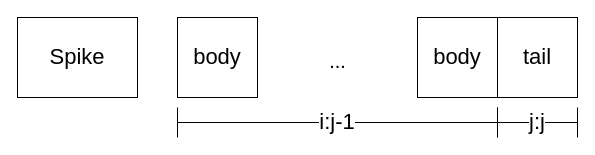
The draw.io diagram page "Spike" (3 of 8) of figures/Looplets.drawio in willow-ahrens/FinchSystemPaper, before the edit. Source tidied: cells renumbered, new cells numbered last; positions are measured from the earlier drawing's top-left corner, leaving out a move shared by most shapes. Both pictures are drawn from the tidied source at 100%, with x=0, y=0 at pixel (17, 17).
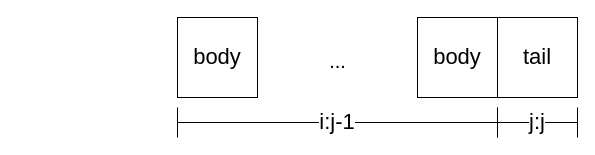
After the change.

Diff of the diagram source:
```diff
@@
 <mxGraphModel>
   <root>
     <mxCell id="0" />
     <mxCell id="1" parent="0" />
     <mxCell id="2" value="body" style="whiteSpace=wrap;html=1;fontSize=22;" parent="1" vertex="1">
       <mxGeometry x="160" width="80" height="80" as="geometry" />
     </mxCell>
-    <mxCell id="3" value="Spike" style="whiteSpace=wrap;html=1;fontSize=22;" parent="1" vertex="1">
-      <mxGeometry width="120" height="80" as="geometry" />
-    </mxCell>
     <mxCell id="4" value="i:j-1" style="shape=crossbar;whiteSpace=wrap;html=1;rounded=1;fontSize=22;labelBackgroundColor=default;" parent="1" vertex="1">
       <mxGeometry x="160" y="90" width="320" height="30" as="geometry" />
     </mxCell>
     <mxCell id="5" value="body" style="whiteSpace=wrap;html=1;fontSize=22;" parent="1" vertex="1">
       <mxGeometry x="400" width="80" height="80" as="geometry" />
     </mxCell>
     <mxCell id="6" value="..." style="text;html=1;align=center;verticalAlign=middle;strokeColor=none;fillColor=none;fontSize=20;" parent="1" vertex="1">
       <mxGeometry x="300" y="23" width="40" height="40" as="geometry" />
     </mxCell>
     <mxCell id="7" value="tail" style="whiteSpace=wrap;html=1;fontSize=22;" parent="1" vertex="1">
       <mxGeometry x="480" width="80" height="80" as="geometry" />
     </mxCell>
     <mxCell id="8" value="j:j" style="shape=crossbar;whiteSpace=wrap;html=1;rounded=1;fontSize=22;labelBackgroundColor=default;" parent="1" vertex="1">
       <mxGeometry x="480" y="90" width="80" height="30" as="geometry" />
     </mxCell>
   </root>
 </mxGraphModel>
```
